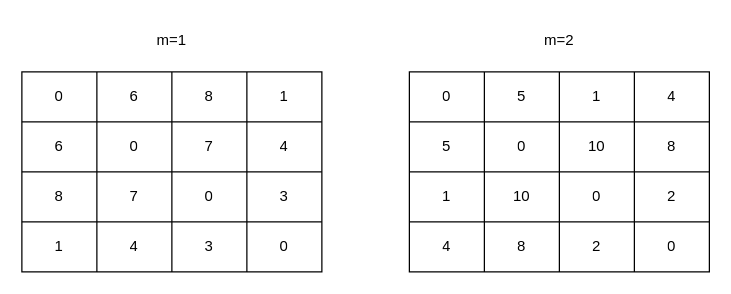
Earlier version of the draw.io diagram drawio/PQ5.drawio (AirGalaxy/faiss_note). Source tidied: cells renumbered, new cells numbered last; positions are measured from the earlier drawing's top-left corner, leaving out a move shared by most shapes. Both pictures are drawn from the tidied source at 125%, with x=0, y=0 at pixel (21, 21).
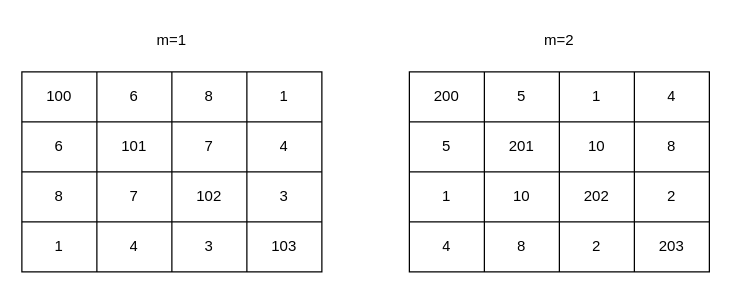
The same page after the edit.

The change refers to these unchanged cells:
```xml
<mxCell id="3" style="shape=tableRow;horizontal=0;startSize=0;swimlaneHead=0;swimlaneBody=0;strokeColor=inherit;top=0;left=0;bottom=0;right=0;fillColor=none;" parent="2" vertex="1">
  <mxGeometry width="240" height="40" as="geometry" />
</mxCell>
<mxCell id="8" style="shape=tableRow;horizontal=0;startSize=0;swimlaneHead=0;swimlaneBody=0;strokeColor=inherit;top=0;left=0;bottom=0;right=0;fillColor=none;" parent="2" vertex="1">
  <mxGeometry y="40" width="240" height="40" as="geometry" />
</mxCell>
<mxCell id="13" style="shape=tableRow;horizontal=0;startSize=0;swimlaneHead=0;swimlaneBody=0;strokeColor=inherit;top=0;left=0;bottom=0;right=0;fillColor=none;" parent="2" vertex="1">
  <mxGeometry y="80" width="240" height="40" as="geometry" />
</mxCell>
<mxCell id="18" style="shape=tableRow;horizontal=0;startSize=0;swimlaneHead=0;swimlaneBody=0;strokeColor=inherit;top=0;left=0;bottom=0;right=0;fillColor=none;" parent="2" vertex="1">
  <mxGeometry y="120" width="240" height="40" as="geometry" />
</mxCell>
<mxCell id="25" style="shape=tableRow;horizontal=0;startSize=0;swimlaneHead=0;swimlaneBody=0;strokeColor=inherit;top=0;left=0;bottom=0;right=0;fillColor=none;" parent="24" vertex="1">
  <mxGeometry width="240" height="40" as="geometry" />
</mxCell>
<mxCell id="30" style="shape=tableRow;horizontal=0;startSize=0;swimlaneHead=0;swimlaneBody=0;strokeColor=inherit;top=0;left=0;bottom=0;right=0;fillColor=none;" parent="24" vertex="1">
  <mxGeometry y="40" width="240" height="40" as="geometry" />
</mxCell>
<mxCell id="35" style="shape=tableRow;horizontal=0;startSize=0;swimlaneHead=0;swimlaneBody=0;strokeColor=inherit;top=0;left=0;bottom=0;right=0;fillColor=none;" parent="24" vertex="1">
  <mxGeometry y="80" width="240" height="40" as="geometry" />
</mxCell>
<mxCell id="40" style="shape=tableRow;horizontal=0;startSize=0;swimlaneHead=0;swimlaneBody=0;strokeColor=inherit;top=0;left=0;bottom=0;right=0;fillColor=none;" parent="24" vertex="1">
  <mxGeometry y="120" width="240" height="40" as="geometry" />
</mxCell>
```

Diff of the diagram source:
```diff
@@
-    <mxCell id="4" value="0" style="shape=partialRectangle;html=1;whiteSpace=wrap;strokeColor=inherit;overflow=hidden;fillColor=none;top=0;left=0;bottom=0;right=0;" parent="3" vertex="1">
+    <mxCell id="4" value="100" style="shape=partialRectangle;html=1;whiteSpace=wrap;strokeColor=inherit;overflow=hidden;fillColor=none;top=0;left=0;bottom=0;right=0;" parent="3" vertex="1">
       <mxGeometry width="60" height="40" as="geometry" />
     </mxCell>
@@
-    <mxCell id="10" value="0" style="shape=partialRectangle;html=1;whiteSpace=wrap;strokeColor=inherit;overflow=hidden;fillColor=none;top=0;left=0;bottom=0;right=0;" parent="8" vertex="1">
+    <mxCell id="10" value="101" style="shape=partialRectangle;html=1;whiteSpace=wrap;strokeColor=inherit;overflow=hidden;fillColor=none;top=0;left=0;bottom=0;right=0;" parent="8" vertex="1">
       <mxGeometry x="60" width="60" height="40" as="geometry" />
     </mxCell>
@@
-    <mxCell id="16" value="0" style="shape=partialRectangle;html=1;whiteSpace=wrap;strokeColor=inherit;overflow=hidden;fillColor=none;top=0;left=0;bottom=0;right=0;" parent="13" vertex="1">
+    <mxCell id="16" value="102" style="shape=partialRectangle;html=1;whiteSpace=wrap;strokeColor=inherit;overflow=hidden;fillColor=none;top=0;left=0;bottom=0;right=0;" parent="13" vertex="1">
       <mxGeometry x="120" width="60" height="40" as="geometry" />
     </mxCell>
@@
-    <mxCell id="22" value="0" style="shape=partialRectangle;html=1;whiteSpace=wrap;strokeColor=inherit;overflow=hidden;fillColor=none;top=0;left=0;bottom=0;right=0;" parent="18" vertex="1">
+    <mxCell id="22" value="103" style="shape=partialRectangle;html=1;whiteSpace=wrap;strokeColor=inherit;overflow=hidden;fillColor=none;top=0;left=0;bottom=0;right=0;" parent="18" vertex="1">
       <mxGeometry x="180" width="60" height="40" as="geometry" />
     </mxCell>
@@
-    <mxCell id="26" value="0" style="shape=partialRectangle;html=1;whiteSpace=wrap;strokeColor=inherit;overflow=hidden;fillColor=none;top=0;left=0;bottom=0;right=0;" parent="25" vertex="1">
+    <mxCell id="26" value="200" style="shape=partialRectangle;html=1;whiteSpace=wrap;strokeColor=inherit;overflow=hidden;fillColor=none;top=0;left=0;bottom=0;right=0;" parent="25" vertex="1">
       <mxGeometry width="60" height="40" as="geometry" />
     </mxCell>
@@
-    <mxCell id="32" value="0" style="shape=partialRectangle;html=1;whiteSpace=wrap;strokeColor=inherit;overflow=hidden;fillColor=none;top=0;left=0;bottom=0;right=0;" parent="30" vertex="1">
+    <mxCell id="32" value="201" style="shape=partialRectangle;html=1;whiteSpace=wrap;strokeColor=inherit;overflow=hidden;fillColor=none;top=0;left=0;bottom=0;right=0;" parent="30" vertex="1">
       <mxGeometry x="60" width="60" height="40" as="geometry" />
     </mxCell>
@@
-    <mxCell id="38" value="0" style="shape=partialRectangle;html=1;whiteSpace=wrap;strokeColor=inherit;overflow=hidden;fillColor=none;top=0;left=0;bottom=0;right=0;" parent="35" vertex="1">
+    <mxCell id="38" value="202" style="shape=partialRectangle;html=1;whiteSpace=wrap;strokeColor=inherit;overflow=hidden;fillColor=none;top=0;left=0;bottom=0;right=0;" parent="35" vertex="1">
       <mxGeometry x="120" width="60" height="40" as="geometry" />
     </mxCell>
@@
-    <mxCell id="44" value="0" style="shape=partialRectangle;html=1;whiteSpace=wrap;strokeColor=inherit;overflow=hidden;fillColor=none;top=0;left=0;bottom=0;right=0;" parent="40" vertex="1">
+    <mxCell id="44" value="203" style="shape=partialRectangle;html=1;whiteSpace=wrap;strokeColor=inherit;overflow=hidden;fillColor=none;top=0;left=0;bottom=0;right=0;" parent="40" vertex="1">
       <mxGeometry x="180" width="60" height="40" as="geometry" />
     </mxCell>
```
